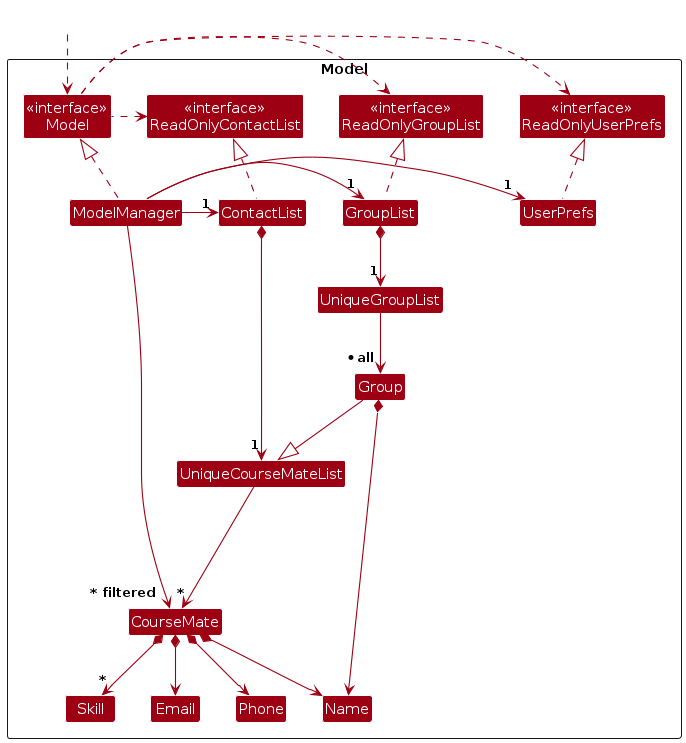
Above: diagrams/ModelClassDiagram.png in AY2324S2-CS2103T-F13-3/tp (PlantUML), before the change. Its source is kept beside it as diagrams/ModelClassDiagram.puml.
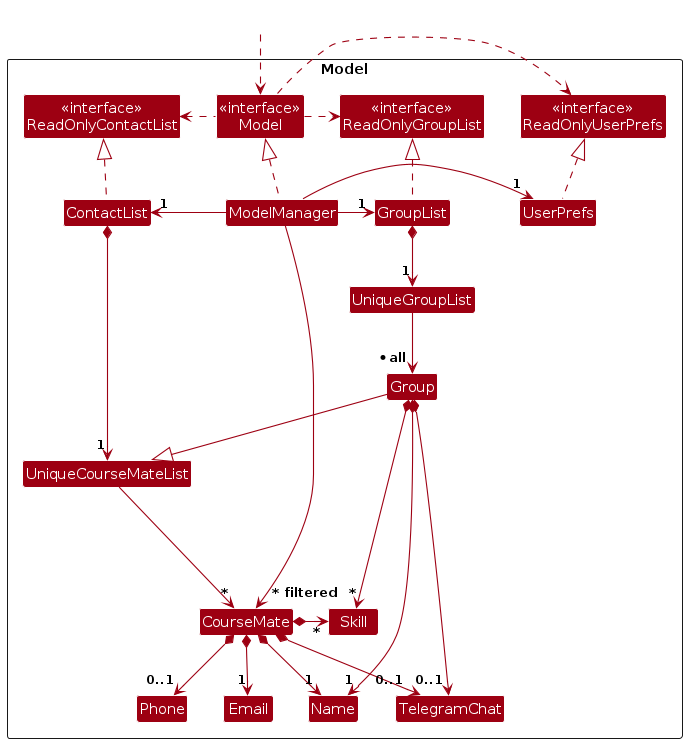
After the commit.

Change to the diagram source:
```diff
@@ -20,6 +20,7 @@
 Class Name
 Class Phone
 Class Skill
+Class TelegramChat
 
 Class UniqueGroupList
 Class Group
@@ -44,15 +45,18 @@
 
 ContactList *--> "1" UniqueCourseMateList
 UniqueCourseMateList --> "~*" CourseMate
-CourseMate *--> Name
-CourseMate *--> Phone
-CourseMate *--> Email
-CourseMate *--> "*" Skill
+CourseMate *--> "1" Name
+CourseMate *--> "0..1" Phone
+CourseMate *--> "1" Email
+CourseMate *-> "*" Skill
+CourseMate *--> "0..1" TelegramChat
 
 GroupList *--> "1" UniqueGroupList
 UniqueGroupList --> "* all" Group
 Group --|> UniqueCourseMateList
-Group *--> Name
+Group *--> "1" Name
+Group *--> "0..1" TelegramChat
+Group *-> "*" Skill
 
 CourseMate -[hidden]up--> I
 UniqueCourseMateList -[hidden]right-> I
```
